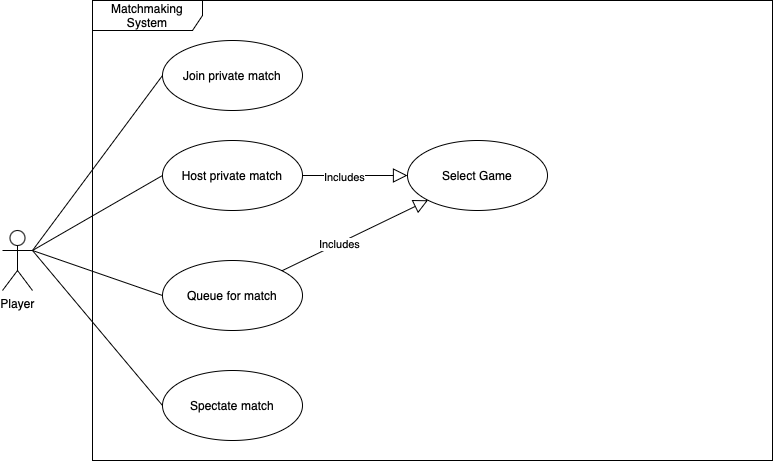
Above: diagrams/profile_matchmaking/use_case_diagrams/use_case_diagram_04.png in ShakH00/OMGame (draw.io), before the change. Source tidied: cells renumbered, new cells last; positions are measured from the earlier drawing's top-left corner, leaving out a move shared by most shapes.
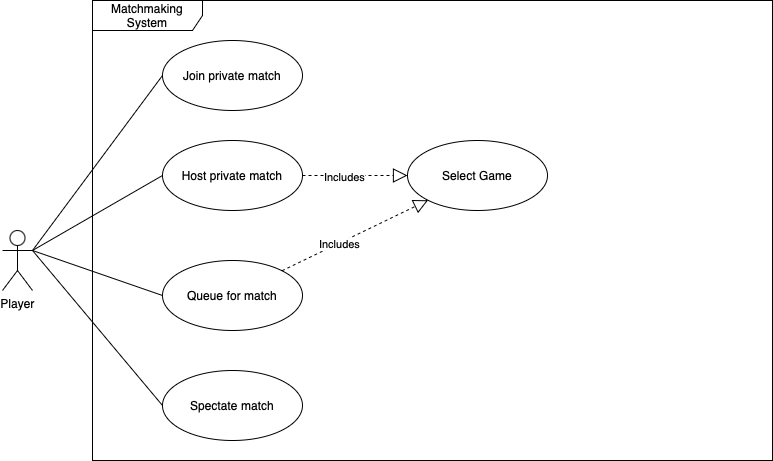
The same diagram one commit later.

Commit message:
Updated matchmaking use case diagram, created use case diagram for the friend system

The edit, as a diff of the source:
```diff
@@ -29,13 +29,13 @@
     <mxCell id="10" value="Select Game" style="ellipse;whiteSpace=wrap;html=1;" parent="1" vertex="1">
       <mxGeometry x="405" y="140" width="140" height="70" as="geometry" />
     </mxCell>
-    <mxCell id="11" style="endArrow=block;endFill=0;endSize=12;html=1;rounded=0;entryX=0;entryY=0.5;entryDx=0;entryDy=0;exitX=1;exitY=0.5;exitDx=0;exitDy=0;" parent="1" edge="1" source="5" target="10">
+    <mxCell id="11" style="endArrow=block;endFill=0;endSize=12;html=1;rounded=0;entryX=0;entryY=0.5;entryDx=0;entryDy=0;exitX=1;exitY=0.5;exitDx=0;exitDy=0;dashed=1;" parent="1" edge="1" source="5" target="10">
       <mxGeometry relative="1" as="geometry" />
     </mxCell>
     <mxCell id="12" value="Includes" style="edgeLabel;html=1;align=center;verticalAlign=middle;" parent="11" vertex="1">
       <mxGeometry x="-0.23" y="-1" relative="1" as="geometry" />
     </mxCell>
-    <mxCell id="13" style="endArrow=block;endFill=0;endSize=12;html=1;rounded=0;entryX=0;entryY=1;entryDx=0;entryDy=0;exitX=1;exitY=0;exitDx=0;exitDy=0;" parent="1" edge="1" source="4" target="10">
+    <mxCell id="13" style="endArrow=block;endFill=0;endSize=12;html=1;rounded=0;entryX=0;entryY=1;entryDx=0;entryDy=0;exitX=1;exitY=0;exitDx=0;exitDy=0;dashed=1;" parent="1" edge="1" source="4" target="10">
       <mxGeometry relative="1" as="geometry" />
     </mxCell>
     <mxCell id="14" value="Includes" style="edgeLabel;html=1;align=center;verticalAlign=middle;" parent="13" vertex="1">
```
